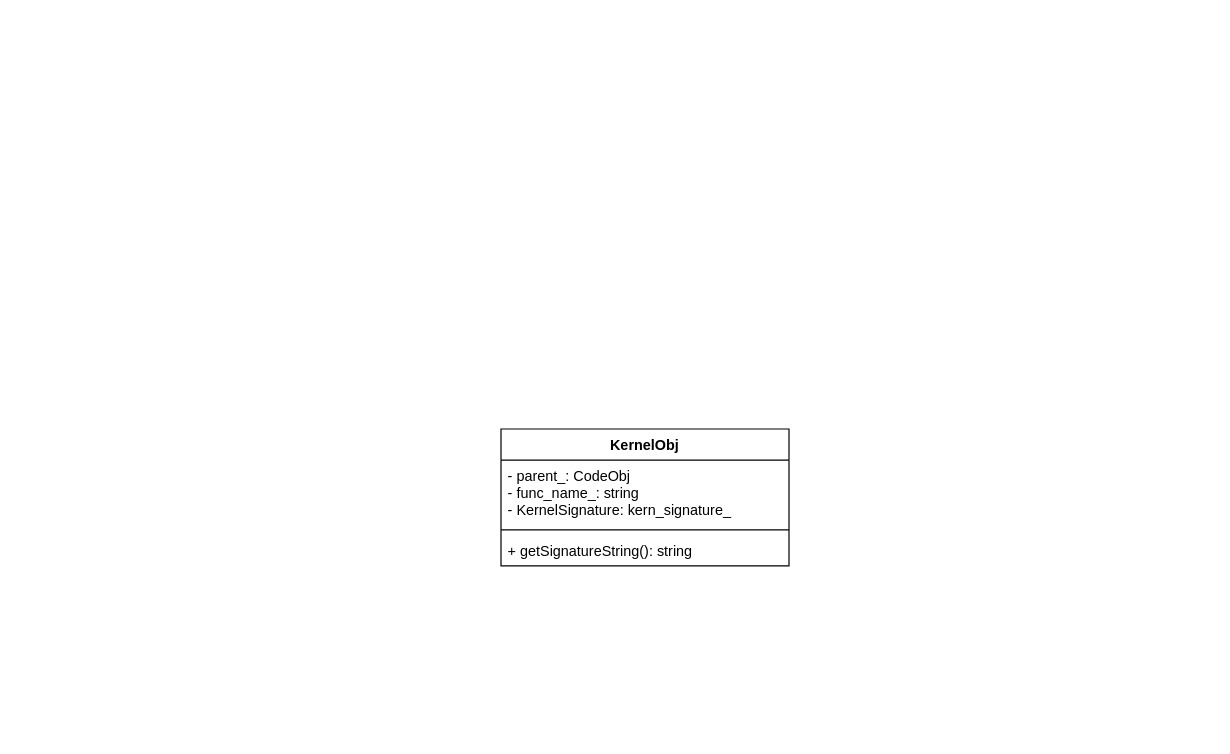
The draw.io diagram kernel.drawio in DLUT-ZhengLi/note, before the edit. Source tidied: cells renumbered, new cells numbered last; positions are measured from the earlier drawing's top-left corner, leaving out a move shared by most shapes. Both pictures are drawn from the tidied source at 120%, with x=0, y=0 at pixel (500, 428).
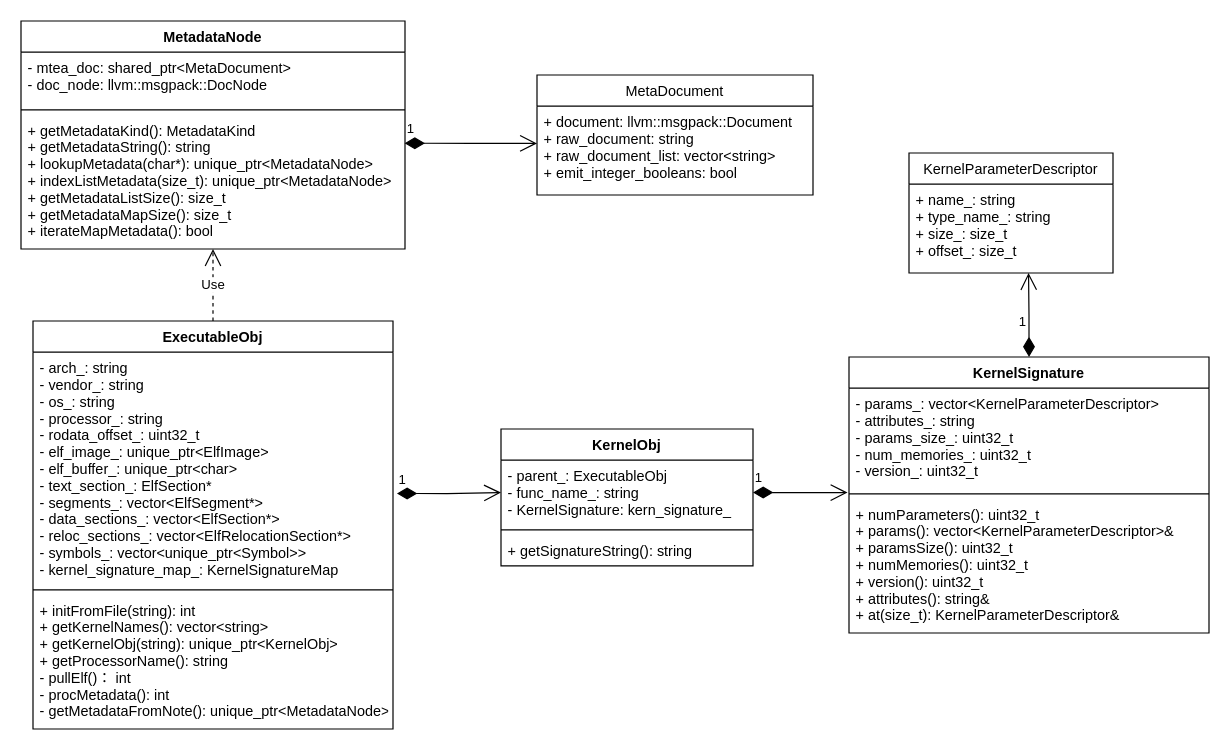
After the change.

What changed in the source:
```diff
@@
     <mxCell id="2" value="KernelObj" style="swimlane;fontStyle=1;align=center;verticalAlign=top;horizontal=1;startSize=26;" parent="1" vertex="1">
-      <mxGeometry width="240" height="114" as="geometry" />
+      <mxGeometry width="210" height="114" as="geometry" />
     </mxCell>
-    <mxCell id="3" value="- parent_: CodeObj&#10;- func_name_: string&#10;- KernelSignature: kern_signature_" style="text;strokeColor=none;fillColor=none;align=left;verticalAlign=top;spacingLeft=4;spacingRight=4;overflow=hidden;points=[[0,0.5],[1,0.5]];portConstraint=eastwest;" parent="2" vertex="1">
-      <mxGeometry y="26" width="240" height="54" as="geometry" />
+    <mxCell id="3" value="- parent_: ExecutableObj&#10;- func_name_: string&#10;- KernelSignature: kern_signature_" style="text;strokeColor=none;fillColor=none;align=left;verticalAlign=top;spacingLeft=4;spacingRight=4;overflow=hidden;points=[[0,0.5],[1,0.5]];portConstraint=eastwest;" parent="2" vertex="1">
+      <mxGeometry y="26" width="210" height="54" as="geometry" />
     </mxCell>
     <mxCell id="4" style="line;strokeWidth=1;fillColor=none;align=left;verticalAlign=middle;spacingTop=-1;spacingLeft=3;spacingRight=3;labelPosition=right;strokeColor=inherit;" parent="2" vertex="1">
-      <mxGeometry y="80" width="240" height="8" as="geometry" />
+      <mxGeometry y="80" width="210" height="8" as="geometry" />
     </mxCell>
     <mxCell id="5" value="+ getSignatureString(): string" style="text;strokeColor=none;fillColor=none;align=left;verticalAlign=top;spacingLeft=4;spacingRight=4;overflow=hidden;" parent="2" vertex="1">
-      <mxGeometry y="88" width="240" height="26" as="geometry" />
+      <mxGeometry y="88" width="210" height="26" as="geometry" />
     </mxCell>
+    <mxCell id="6" value="KernelSignature" style="swimlane;fontStyle=1;align=center;verticalAlign=top;horizontal=1;startSize=26;" parent="1" vertex="1">
+      <mxGeometry x="290" y="-60" width="300" height="230" as="geometry" />
+    </mxCell>
+    <mxCell id="7" value="- params_: vector&lt;KernelParameterDescriptor&gt;&#10;- attributes_: string&#10;- params_size_: uint32_t&#10;- num_memories_: uint32_t&#10;- version_: uint32_t" style="text;strokeColor=none;fillColor=none;align=left;verticalAlign=top;spacingLeft=4;spacingRight=4;overflow=hidden;points=[[0,0.5],[1,0.5]];portConstraint=eastwest;" parent="6" vertex="1">
+      <mxGeometry y="26" width="300" height="84" as="geometry" />
+    </mxCell>
+    <mxCell id="8" style="line;strokeWidth=1;fillColor=none;align=left;verticalAlign=middle;spacingTop=-1;spacingLeft=3;spacingRight=3;labelPosition=right;strokeColor=inherit;" parent="6" vertex="1">
+      <mxGeometry y="110" width="300" height="8" as="geometry" />
+    </mxCell>
+    <mxCell id="9" value="+ numParameters(): uint32_t&#10;+ params(): vector&lt;KernelParameterDescriptor&gt;&amp;&#10;+ paramsSize(): uint32_t&#10;+ numMemories(): uint32_t&#10;+ version(): uint32_t&#10;+ attributes(): string&amp;&#10;+ at(size_t): KernelParameterDescriptor&amp;&#10;" style="text;strokeColor=none;fillColor=none;align=left;verticalAlign=top;spacingLeft=4;spacingRight=4;overflow=hidden;" parent="6" vertex="1">
+      <mxGeometry y="118" width="300" height="112" as="geometry" />
+    </mxCell>
+    <mxCell id="10" value="ExecutableObj" style="swimlane;fontStyle=1;align=center;verticalAlign=top;horizontal=1;startSize=26;" parent="1" vertex="1">
+      <mxGeometry x="-390" y="-90" width="300" height="340" as="geometry" />
+    </mxCell>
+    <mxCell id="11" value="- arch_: string&#10;- vendor_: string&#10;- os_: string&#10;- processor_: string&#10;- rodata_offset_: uint32_t&#10;- elf_image_: unique_ptr&lt;ElfImage&gt;&#10;- elf_buffer_: unique_ptr&lt;char&gt;&#10;- text_section_: ElfSection*&#10;- segments_: vector&lt;ElfSegment*&gt;&#10;- data_sections_: vector&lt;ElfSection*&gt;&#10;- reloc_sections_: vector&lt;ElfRelocationSection*&gt;&#10;- symbols_: vector&lt;unique_ptr&lt;Symbol&gt;&gt;&#10;- kernel_signature_map_: KernelSignatureMap&#10;" style="text;strokeColor=none;fillColor=none;align=left;verticalAlign=top;spacingLeft=4;spacingRight=4;overflow=hidden;points=[[0,0.5],[1,0.5]];portConstraint=eastwest;" parent="10" vertex="1">
+      <mxGeometry y="26" width="300" height="194" as="geometry" />
+    </mxCell>
+    <mxCell id="12" style="line;strokeWidth=1;fillColor=none;align=left;verticalAlign=middle;spacingTop=-1;spacingLeft=3;spacingRight=3;labelPosition=right;strokeColor=inherit;" parent="10" vertex="1">
+      <mxGeometry y="220" width="300" height="8" as="geometry" />
+    </mxCell>
+    <mxCell id="13" value="+ initFromFile(string): int&#10;+ getKernelNames(): vector&lt;string&gt;&#10;+ getKernelObj(string): unique_ptr&lt;KernelObj&gt;&#10;+ getProcessorName(): string&#10;- pullElf()： int&#10;- procMetadata(): int&#10;- getMetadataFromNote(): unique_ptr&lt;MetadataNode&gt;&#10;&#10;" style="text;strokeColor=none;fillColor=none;align=left;verticalAlign=top;spacingLeft=4;spacingRight=4;overflow=hidden;" parent="10" vertex="1">
+      <mxGeometry y="228" width="300" height="112" as="geometry" />
+    </mxCell>
+    <mxCell id="14" value="MetadataNode" style="swimlane;fontStyle=1;align=center;verticalAlign=top;horizontal=1;startSize=26;" parent="1" vertex="1">
+      <mxGeometry x="-400" y="-340" width="320" height="190" as="geometry" />
+    </mxCell>
+    <mxCell id="15" value="- mtea_doc: shared_ptr&lt;MetaDocument&gt;&#10;- doc_node: llvm::msgpack::DocNode" style="text;strokeColor=none;fillColor=none;align=left;verticalAlign=top;spacingLeft=4;spacingRight=4;overflow=hidden;" parent="14" vertex="1">
+      <mxGeometry y="26" width="320" height="44" as="geometry" />
+    </mxCell>
+    <mxCell id="16" style="line;strokeWidth=1;fillColor=none;align=left;verticalAlign=middle;spacingTop=-1;spacingLeft=3;spacingRight=3;labelPosition=right;strokeColor=inherit;" parent="14" vertex="1">
+      <mxGeometry y="70" width="320" height="8" as="geometry" />
+    </mxCell>
+    <mxCell id="17" value="+ getMetadataKind(): MetadataKind&#10;+ getMetadataString(): string&#10;+ lookupMetadata(char*): unique_ptr&lt;MetadataNode&gt;&#10;+ indexListMetadata(size_t): unique_ptr&lt;MetadataNode&gt;&#10;+ getMetadataListSize(): size_t&#10;+ getMetadataMapSize(): size_t&#10;+ iterateMapMetadata(): bool&#10;" style="text;strokeColor=none;fillColor=none;align=left;verticalAlign=top;spacingLeft=4;spacingRight=4;overflow=hidden;points=[[0,0.5],[1,0.5]];portConstraint=eastwest;" parent="14" vertex="1">
+      <mxGeometry y="78" width="320" height="112" as="geometry" />
+    </mxCell>
+    <mxCell id="18" value="MetaDocument" style="swimlane;fontStyle=0;horizontal=1;startSize=26;fillColor=none;" parent="1" vertex="1">
+      <mxGeometry x="30" y="-295" width="230" height="100" as="geometry" />
+    </mxCell>
+    <mxCell id="19" value="+ document: llvm::msgpack::Document&#10;+ raw_document: string&#10;+ raw_document_list: vector&lt;string&gt;&#10;+ emit_integer_booleans: bool" style="text;strokeColor=none;fillColor=none;align=left;verticalAlign=top;spacingLeft=4;spacingRight=4;overflow=hidden;" parent="18" vertex="1">
+      <mxGeometry y="26" width="230" height="74" as="geometry" />
+    </mxCell>
+    <mxCell id="20" value="KernelParameterDescriptor" style="swimlane;fontStyle=0;horizontal=1;startSize=26;fillColor=none;" parent="1" vertex="1">
+      <mxGeometry x="340" y="-230" width="170" height="100" as="geometry" />
+    </mxCell>
+    <mxCell id="21" value="+ name_: string&#10;+ type_name_: string&#10;+ size_: size_t&#10;+ offset_: size_t" style="text;strokeColor=none;fillColor=none;align=left;verticalAlign=top;spacingLeft=4;spacingRight=4;overflow=hidden;points=[[0,0.5],[1,0.5]];portConstraint=eastwest;" parent="20" vertex="1">
+      <mxGeometry y="26" width="170" height="74" as="geometry" />
+    </mxCell>
+    <mxCell id="22" value="1" style="endArrow=open;html=1;endSize=12;startArrow=diamondThin;startSize=14;startFill=1;edgeStyle=orthogonalEdgeStyle;align=left;verticalAlign=bottom;rounded=0;exitX=1.011;exitY=0.607;exitDx=0;exitDy=0;exitPerimeter=0;" parent="1" edge="1" source="11" target="3">
+      <mxGeometry x="-1" y="3" relative="1" as="geometry" />
+    </mxCell>
+    <mxCell id="23" value="1" style="endArrow=open;html=1;endSize=12;startArrow=diamondThin;startSize=14;startFill=1;edgeStyle=orthogonalEdgeStyle;align=left;verticalAlign=bottom;rounded=0;exitX=1;exitY=0.5;exitDx=0;exitDy=0;entryX=-0.004;entryY=1.036;entryDx=0;entryDy=0;entryPerimeter=0;" parent="1" edge="1" source="3" target="7">
+      <mxGeometry x="-1" y="3" relative="1" as="geometry" />
+    </mxCell>
+    <mxCell id="24" value="1" style="endArrow=open;html=1;endSize=12;startArrow=diamondThin;startSize=14;startFill=1;edgeStyle=orthogonalEdgeStyle;align=left;verticalAlign=bottom;rounded=0;exitX=0.5;exitY=0;exitDx=0;exitDy=0;entryX=0.586;entryY=0.999;entryDx=0;entryDy=0;entryPerimeter=0;" parent="1" edge="1" source="6" target="21">
+      <mxGeometry x="-0.43" y="10" relative="1" as="geometry" />
+    </mxCell>
+    <mxCell id="25" value="Use" style="endArrow=open;endSize=12;dashed=1;html=1;rounded=0;exitX=0.5;exitY=0;exitDx=0;exitDy=0;" parent="1" edge="1" source="10" target="17">
+      <mxGeometry relative="1" as="geometry" />
+    </mxCell>
+    <mxCell id="26" value="1" style="endArrow=open;html=1;endSize=12;startArrow=diamondThin;startSize=14;startFill=1;edgeStyle=orthogonalEdgeStyle;align=left;verticalAlign=bottom;rounded=0;exitX=0.999;exitY=0.213;exitDx=0;exitDy=0;exitPerimeter=0;" parent="1" edge="1" source="17">
+      <mxGeometry x="-1" y="3" relative="1" as="geometry">
+        <mxPoint x="30" y="-238" as="targetPoint" />
+      </mxGeometry>
+    </mxCell>
```
